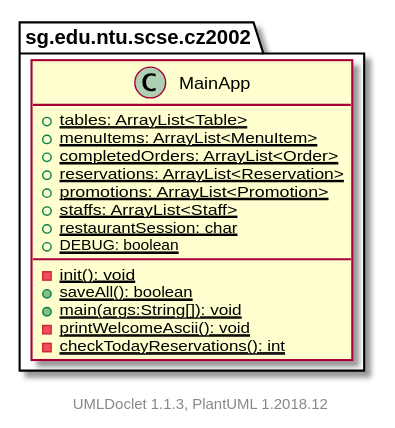
Above: projects/oodp/html/umlversion/uml/sg.edu.ntu.scse.cz2002.package.svg in itachi1706/How-to-use-Git-NTUSCSE1819-Site (PlantUML), before the change.
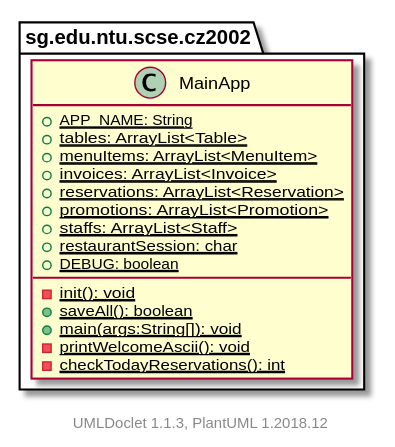
Above is the later version.

The edit, as a diff of the source:
```diff
@@ -3,9 +3,10 @@
     namespace sg.edu.ntu.scse.cz2002 {
 
         class MainApp [[../sg/edu/ntu/scse/cz2002/MainApp.html]] {
+            {static} +APP_NAME: String
             {static} +tables: ArrayList<Table>
             {static} +menuItems: ArrayList<MenuItem>
-            {static} +completedOrders: ArrayList<Order>
+            {static} +invoices: ArrayList<Invoice>
             {static} +reservations: ArrayList<Reservation>
             {static} +promotions: ArrayList<Promotion>
             {static} +staffs: ArrayList<Staff>
```
